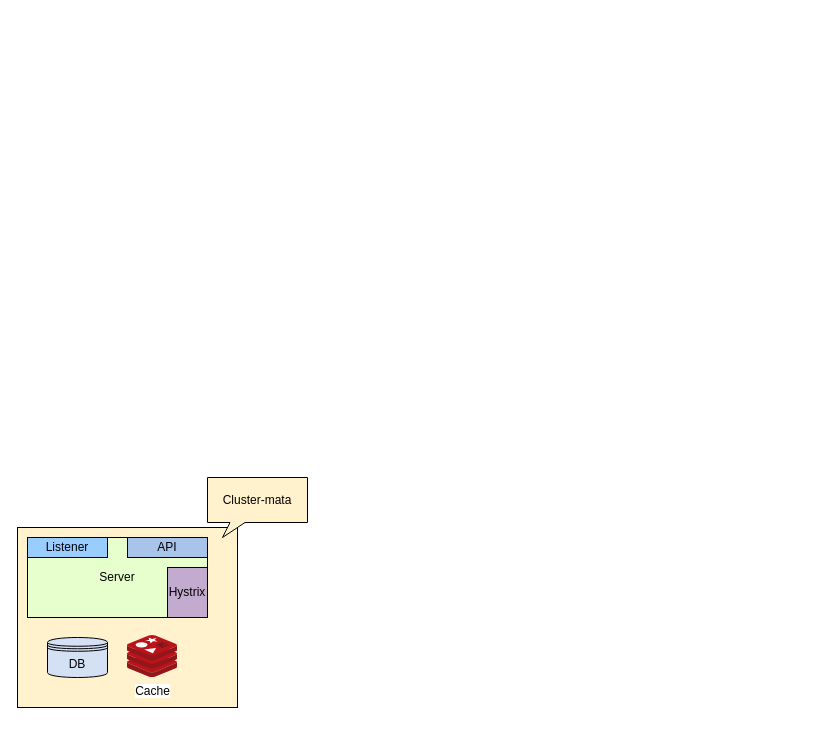
This is 分布式一致性算法.drawio from anonyonmous/draw, a draw.io file, before an edit. Source tidied: cells renumbered, new cells numbered last; positions are measured from the earlier drawing's top-left corner, leaving out a move shared by most shapes. Both pictures are drawn from the tidied source at 100%, with x=0, y=0 at pixel (17, 477).
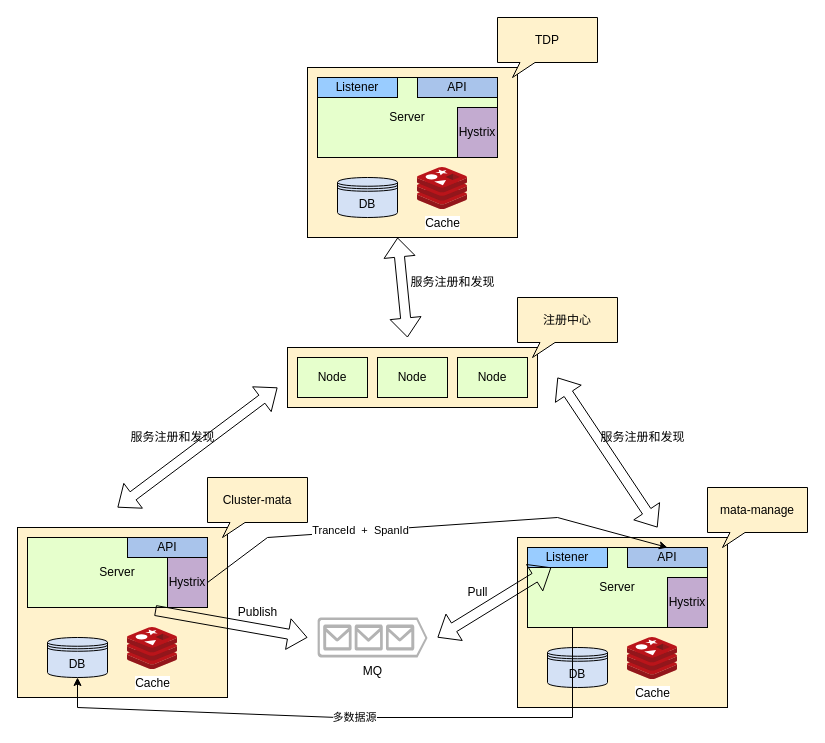
The same diagram, later.

Commit message (it also covers changes not shown here):
更新分布式一致性算法.drawio

Unchanged cells that the change refers to:
```xml
<mxCell id="7" value="DB" style="shape=datastore;whiteSpace=wrap;html=1;fillColor=#D4E1F5;" parent="1" vertex="1">
  <mxGeometry x="30" y="160" width="60" height="40" as="geometry" />
</mxCell>
```

Diff of the diagram source:
```diff
@@
     <mxCell id="2" style="rounded=0;whiteSpace=wrap;html=1;fillColor=#FFF2CC;" parent="1" vertex="1">
-      <mxGeometry y="50" width="220" height="180" as="geometry" />
+      <mxGeometry y="50" width="210" height="170" as="geometry" />
     </mxCell>
     <mxCell id="3" value="Server" style="rounded=0;whiteSpace=wrap;html=1;fillColor=#E6FFCC;" parent="1" vertex="1">
-      <mxGeometry x="10" y="60" width="180" height="80" as="geometry" />
+      <mxGeometry x="10" y="60" width="180" height="70" as="geometry" />
     </mxCell>
     <mxCell id="4" value="Hystrix" style="rounded=0;whiteSpace=wrap;html=1;fillColor=#C3ABD0;" parent="1" vertex="1">
-      <mxGeometry x="150" y="90" width="40" height="50" as="geometry" />
+      <mxGeometry x="150" y="80" width="40" height="50" as="geometry" />
     </mxCell>
@@
-    <mxCell id="6" value="Listener" style="rounded=0;whiteSpace=wrap;html=1;fillColor=#99CCFF;" parent="1" vertex="1">
-      <mxGeometry x="10" y="60" width="80" height="20" as="geometry" />
-    </mxCell>
@@
     <mxCell id="8" value="Cache" style="image;sketch=0;html=1;align=center;fontSize=12;image=img/lib/mscae/Cache_Redis_Product.svg;" parent="1" vertex="1">
-      <mxGeometry x="110" y="158" width="50" height="42" as="geometry" />
+      <mxGeometry x="110" y="150" width="50" height="42" as="geometry" />
     </mxCell>
@@
+    <mxCell id="10" style="rounded=0;whiteSpace=wrap;html=1;fillColor=#FFF2CC;" parent="1" vertex="1">
+      <mxGeometry x="500" y="60" width="210" height="170" as="geometry" />
+    </mxCell>
+    <mxCell id="11" value="Server" style="rounded=0;whiteSpace=wrap;html=1;fillColor=#E6FFCC;" parent="1" vertex="1">
+      <mxGeometry x="510" y="70" width="180" height="80" as="geometry" />
+    </mxCell>
+    <mxCell id="12" value="Hystrix" style="rounded=0;whiteSpace=wrap;html=1;fillColor=#C3ABD0;" parent="1" vertex="1">
+      <mxGeometry x="650" y="100" width="40" height="50" as="geometry" />
+    </mxCell>
+    <mxCell id="13" value="API" style="rounded=0;whiteSpace=wrap;html=1;fillColor=#A9C4EB;" parent="1" vertex="1">
+      <mxGeometry x="610" y="70" width="80" height="20" as="geometry" />
+    </mxCell>
+    <mxCell id="14" value="Listener" style="rounded=0;whiteSpace=wrap;html=1;fillColor=#99CCFF;" parent="1" vertex="1">
+      <mxGeometry x="510" y="70" width="80" height="20" as="geometry" />
+    </mxCell>
+    <mxCell id="15" value="DB" style="shape=datastore;whiteSpace=wrap;html=1;fillColor=#D4E1F5;" parent="1" vertex="1">
+      <mxGeometry x="530" y="170" width="60" height="40" as="geometry" />
+    </mxCell>
+    <mxCell id="16" value="Cache" style="image;sketch=0;html=1;align=center;fontSize=12;image=img/lib/mscae/Cache_Redis_Product.svg;" parent="1" vertex="1">
+      <mxGeometry x="610" y="160" width="50" height="42" as="geometry" />
+    </mxCell>
+    <mxCell id="17" value="mata-manage" style="whiteSpace=wrap;html=1;shape=mxgraph.basic.rectCallout;dx=30;dy=15;boundedLbl=1;fillColor=#FFF2CC;" parent="1" vertex="1">
+      <mxGeometry x="690" y="10" width="100" height="60" as="geometry" />
+    </mxCell>
+    <mxCell id="18" style="rounded=0;whiteSpace=wrap;html=1;fillColor=#FFF2CC;" parent="1" vertex="1">
+      <mxGeometry x="290" y="-410" width="210" height="170" as="geometry" />
+    </mxCell>
+    <mxCell id="19" value="Server" style="rounded=0;whiteSpace=wrap;html=1;fillColor=#E6FFCC;" parent="1" vertex="1">
+      <mxGeometry x="300" y="-400" width="180" height="80" as="geometry" />
+    </mxCell>
+    <mxCell id="20" value="Hystrix" style="rounded=0;whiteSpace=wrap;html=1;fillColor=#C3ABD0;" parent="1" vertex="1">
+      <mxGeometry x="440" y="-370" width="40" height="50" as="geometry" />
+    </mxCell>
+    <mxCell id="21" value="API" style="rounded=0;whiteSpace=wrap;html=1;fillColor=#A9C4EB;" parent="1" vertex="1">
+      <mxGeometry x="400" y="-400" width="80" height="20" as="geometry" />
+    </mxCell>
+    <mxCell id="22" value="Listener" style="rounded=0;whiteSpace=wrap;html=1;fillColor=#99CCFF;" parent="1" vertex="1">
+      <mxGeometry x="300" y="-400" width="80" height="20" as="geometry" />
+    </mxCell>
+    <mxCell id="23" value="DB" style="shape=datastore;whiteSpace=wrap;html=1;fillColor=#D4E1F5;" parent="1" vertex="1">
+      <mxGeometry x="320" y="-300" width="60" height="40" as="geometry" />
+    </mxCell>
+    <mxCell id="24" value="Cache" style="image;sketch=0;html=1;align=center;fontSize=12;image=img/lib/mscae/Cache_Redis_Product.svg;" parent="1" vertex="1">
+      <mxGeometry x="400" y="-310" width="50" height="42" as="geometry" />
+    </mxCell>
+    <mxCell id="25" value="TDP" style="whiteSpace=wrap;html=1;shape=mxgraph.basic.rectCallout;dx=30;dy=15;boundedLbl=1;fillColor=#FFF2CC;" parent="1" vertex="1">
+      <mxGeometry x="480" y="-460" width="100" height="60" as="geometry" />
+    </mxCell>
+    <mxCell id="26" style="rounded=0;whiteSpace=wrap;html=1;fillColor=#FFF2CC;" parent="1" vertex="1">
+      <mxGeometry x="270" y="-130" width="250" height="60" as="geometry" />
+    </mxCell>
+    <mxCell id="27" value="Node" style="rounded=0;whiteSpace=wrap;html=1;fillColor=#E6FFCC;" parent="1" vertex="1">
+      <mxGeometry x="280" y="-120" width="70" height="40" as="geometry" />
+    </mxCell>
+    <mxCell id="28" value="Node" style="rounded=0;whiteSpace=wrap;html=1;fillColor=#E6FFCC;" parent="1" vertex="1">
+      <mxGeometry x="360" y="-120" width="70" height="40" as="geometry" />
+    </mxCell>
+    <mxCell id="29" value="Node" style="rounded=0;whiteSpace=wrap;html=1;fillColor=#E6FFCC;" parent="1" vertex="1">
+      <mxGeometry x="440" y="-120" width="70" height="40" as="geometry" />
+    </mxCell>
+    <mxCell id="30" value="注册中心" style="whiteSpace=wrap;html=1;shape=mxgraph.basic.rectCallout;dx=30;dy=15;boundedLbl=1;fillColor=#FFF2CC;" parent="1" vertex="1">
+      <mxGeometry x="500" y="-180" width="100" height="60" as="geometry" />
+    </mxCell>
+    <mxCell id="31" style="shape=flexArrow;endArrow=classic;startArrow=classic;html=1;rounded=0;" parent="1" edge="1">
+      <mxGeometry relative="1" as="geometry">
+        <mxPoint x="100" y="30" as="sourcePoint" />
+        <mxPoint x="260" y="-90" as="targetPoint" />
+      </mxGeometry>
+    </mxCell>
+    <mxCell id="32" value="服务注册和发现" style="text;html=1;align=center;verticalAlign=middle;strokeColor=none;fillColor=none;" parent="1" vertex="1">
+      <mxGeometry x="100" y="-55" width="110" height="30" as="geometry" />
+    </mxCell>
+    <mxCell id="33" style="shape=flexArrow;endArrow=classic;startArrow=classic;html=1;rounded=0;" parent="1" edge="1">
+      <mxGeometry relative="1" as="geometry">
+        <mxPoint x="640" y="50" as="sourcePoint" />
+        <mxPoint x="540" y="-100" as="targetPoint" />
+      </mxGeometry>
+    </mxCell>
+    <mxCell id="34" value="服务注册和发现" style="text;html=1;align=center;verticalAlign=middle;strokeColor=none;fillColor=none;" parent="1" vertex="1">
+      <mxGeometry x="570" y="-55" width="110" height="30" as="geometry" />
+    </mxCell>
+    <mxCell id="35" style="shape=flexArrow;endArrow=classic;startArrow=classic;html=1;rounded=0;entryX=0.429;entryY=1;entryDx=0;entryDy=0;entryPerimeter=0;" parent="1" edge="1" target="18">
+      <mxGeometry relative="1" as="geometry">
+        <mxPoint x="390" y="-140" as="sourcePoint" />
+      </mxGeometry>
+    </mxCell>
+    <mxCell id="36" value="服务注册和发现" style="text;html=1;align=center;verticalAlign=middle;strokeColor=none;fillColor=none;" parent="1" vertex="1">
+      <mxGeometry x="380" y="-210" width="110" height="30" as="geometry" />
+    </mxCell>
+    <mxCell id="37" value="MQ" style="verticalLabelPosition=bottom;html=1;verticalAlign=top;align=center;strokeColor=none;fillColor=#B3B3B3;shape=mxgraph.azure.queue_generic;" parent="1" vertex="1">
+      <mxGeometry x="300" y="140" width="110" height="40" as="geometry" />
+    </mxCell>
+    <mxCell id="38" style="shape=flexArrow;endArrow=classic;html=1;rounded=0;exitX=0.709;exitY=1.043;exitDx=0;exitDy=0;exitPerimeter=0;" parent="1" edge="1" source="3">
+      <mxGeometry relative="1" as="geometry">
+        <mxPoint x="290" y="160" as="targetPoint" />
+      </mxGeometry>
+    </mxCell>
+    <mxCell id="39" value="Publish" style="text;html=1;align=center;verticalAlign=middle;strokeColor=none;fillColor=none;" parent="1" vertex="1">
+      <mxGeometry x="210" y="120" width="60" height="30" as="geometry" />
+    </mxCell>
+    <mxCell id="40" style="shape=flexArrow;endArrow=classic;startArrow=classic;html=1;rounded=0;" parent="1" edge="1" target="14">
+      <mxGeometry relative="1" as="geometry">
+        <mxPoint x="420" y="160" as="sourcePoint" />
+      </mxGeometry>
+    </mxCell>
+    <mxCell id="41" value="Pull" style="text;html=1;align=center;verticalAlign=middle;strokeColor=none;fillColor=none;" parent="1" vertex="1">
+      <mxGeometry x="440" y="100" width="40" height="30" as="geometry" />
+    </mxCell>
+    <mxCell id="42" style="endArrow=classic;html=1;rounded=0;exitX=1;exitY=0.5;exitDx=0;exitDy=0;entryX=0.5;entryY=0;entryDx=0;entryDy=0;" parent="1" edge="1" source="4" target="13">
+      <mxGeometry relative="1" as="geometry">
+        <Array as="points">
+          <mxPoint x="250" y="60" />
+          <mxPoint x="540" y="40" />
+        </Array>
+      </mxGeometry>
+    </mxCell>
+    <mxCell id="43" value="TranceId&amp;nbsp; +&amp;nbsp; SpanId" style="edgeLabel;html=1;align=center;verticalAlign=middle;" parent="42" vertex="1">
+      <mxGeometry x="-0.3" y="1" relative="1" as="geometry" />
+    </mxCell>
+    <mxCell id="44" value="多数据源" style="endArrow=classic;html=1;rounded=0;exitX=0.25;exitY=1;exitDx=0;exitDy=0;entryX=0.5;entryY=1;entryDx=0;entryDy=0;" parent="1" edge="1" source="11" target="7">
+      <mxGeometry relative="1" as="geometry">
+        <Array as="points">
+          <mxPoint x="555" y="240" />
+          <mxPoint x="320" y="240" />
+          <mxPoint x="60" y="230" />
+        </Array>
+      </mxGeometry>
+    </mxCell>
```
